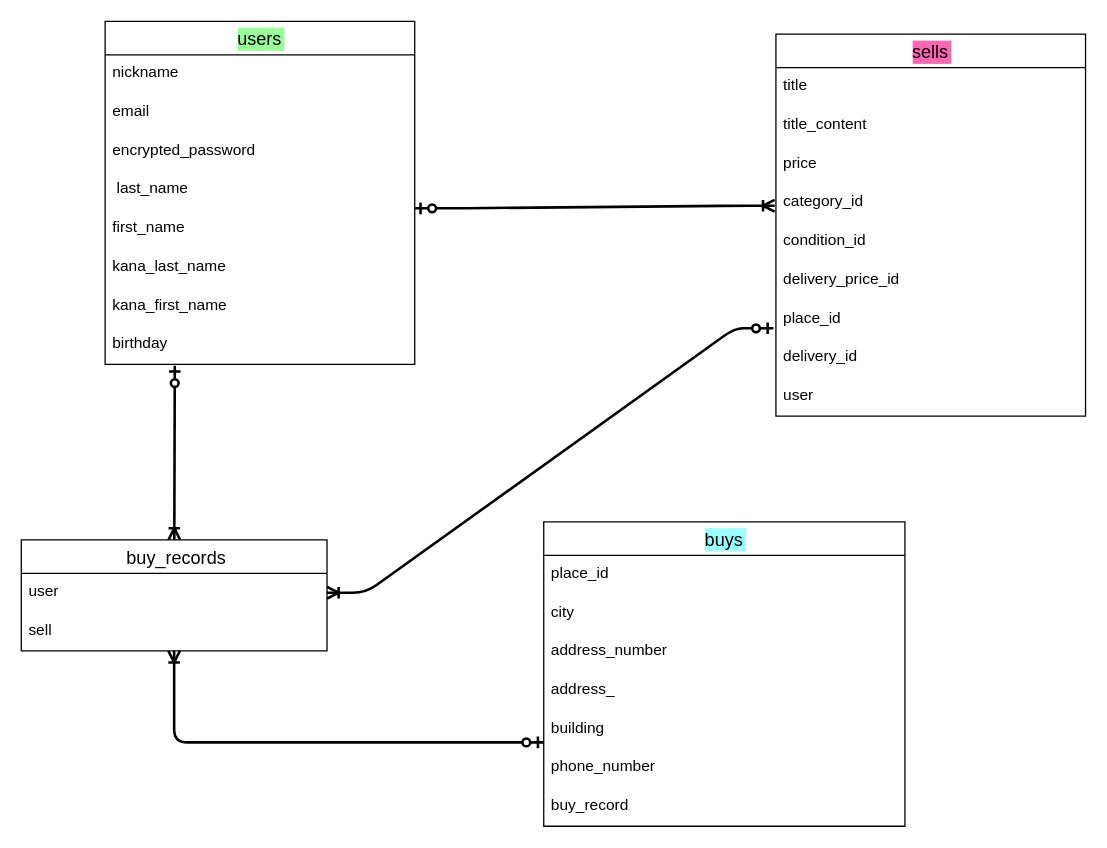
This is furima.dio from utidayudai/furima-38448, a draw.io file, before an edit. Source tidied: cells renumbered, new cells numbered last; positions are measured from the earlier drawing's top-left corner, leaving out a move shared by most shapes. Both pictures are drawn from the tidied source at 129%, with x=0, y=0 at pixel (21, 21).
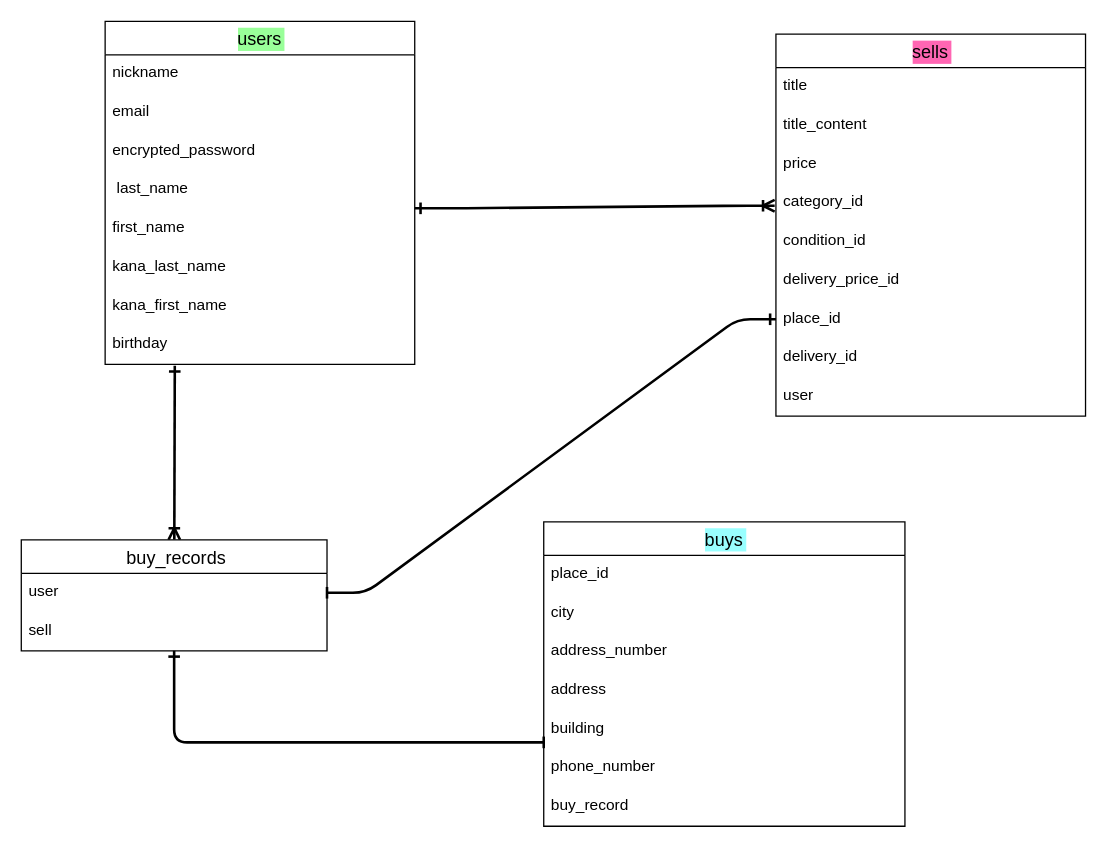
After the change.

The change refers to these unchanged cells:
```xml
<mxCell id="11" value="birthday" style="text;strokeColor=none;fillColor=none;spacingLeft=4;spacingRight=4;overflow=hidden;points=[[0,0.5],[1,0.5]];portConstraint=eastwest;fontSize=12;" parent="3" vertex="1">
  <mxGeometry y="236" width="240" height="30" as="geometry" />
</mxCell>
<mxCell id="19" value="place_id" style="text;strokeColor=none;fillColor=none;spacingLeft=4;spacingRight=4;overflow=hidden;points=[[0,0.5],[1,0.5]];portConstraint=eastwest;fontSize=12;labelBackgroundColor=none;" parent="12" vertex="1">
  <mxGeometry y="206" width="240" height="30" as="geometry" />
</mxCell>
<mxCell id="22" value="buys" style="swimlane;fontStyle=0;horizontal=1;startSize=26;align=center;fontSize=14;labelBackgroundColor=#99FFFF;" parent="1" vertex="1">
  <mxGeometry x="405" y="388" width="280" height="236" as="geometry" />
</mxCell>
<mxCell id="27" value="building" style="text;strokeColor=none;fillColor=none;spacingLeft=4;spacingRight=4;overflow=hidden;points=[[0,0.5],[1,0.5]];portConstraint=eastwest;fontSize=12;" parent="22" vertex="1">
  <mxGeometry y="146" width="280" height="30" as="geometry" />
</mxCell>
<mxCell id="32" value=" buy_records" style="swimlane;fontStyle=0;horizontal=1;startSize=26;align=center;fontSize=14;" parent="1" vertex="1">
  <mxGeometry y="402" width="237" height="86" as="geometry" />
</mxCell>
<mxCell id="33" value="user" style="text;strokeColor=none;fillColor=none;spacingLeft=4;spacingRight=4;overflow=hidden;points=[[0,0.5],[1,0.5]];portConstraint=eastwest;fontSize=12;" parent="32" vertex="1">
  <mxGeometry y="26" width="237" height="30" as="geometry" />
</mxCell>
```

Change to the diagram source:
```diff
@@
-    <mxCell id="2" style="edgeStyle=none;html=1;endArrow=ERoneToMany;endFill=0;strokeWidth=2;exitX=0.225;exitY=1.033;exitDx=0;exitDy=0;exitPerimeter=0;startArrow=ERzeroToOne;startFill=0;" parent="1" edge="1" source="11" target="32">
+    <mxCell id="2" style="edgeStyle=none;html=1;endArrow=ERoneToMany;endFill=0;strokeWidth=2;exitX=0.225;exitY=1.033;exitDx=0;exitDy=0;exitPerimeter=0;startArrow=ERone;startFill=0;" parent="1" edge="1" source="11" target="32">
       <mxGeometry relative="1" as="geometry" />
     </mxCell>
@@
-    <mxCell id="26" value="address_" style="text;strokeColor=none;fillColor=none;spacingLeft=4;spacingRight=4;overflow=hidden;fontSize=12;" parent="22" vertex="1">
+    <mxCell id="26" value="address" style="text;strokeColor=none;fillColor=none;spacingLeft=4;spacingRight=4;overflow=hidden;fontSize=12;" parent="22" vertex="1">
       <mxGeometry y="116" width="280" height="30" as="geometry" />
     </mxCell>
@@
-    <mxCell id="30" style="edgeStyle=entityRelationEdgeStyle;fontSize=12;html=1;endArrow=ERoneToMany;strokeWidth=2;elbow=vertical;jumpSize=7;startArrow=ERzeroToOne;startFill=0;" parent="1" edge="1">
+    <mxCell id="30" style="edgeStyle=entityRelationEdgeStyle;fontSize=12;html=1;endArrow=ERoneToMany;strokeWidth=2;elbow=vertical;jumpSize=7;startArrow=ERone;startFill=0;" parent="1" edge="1">
       <mxGeometry relative="1" as="geometry">
         <mxPoint x="305" y="145" as="sourcePoint" />
         <mxPoint x="584" y="143" as="targetPoint" />
       </mxGeometry>
     </mxCell>
-    <mxCell id="31" style="edgeStyle=orthogonalEdgeStyle;html=1;entryX=0;entryY=0.833;entryDx=0;entryDy=0;entryPerimeter=0;endArrow=ERzeroToOne;endFill=0;strokeWidth=2;startArrow=ERoneToMany;startFill=0;" parent="1" edge="1" source="32" target="27">
+    <mxCell id="31" style="edgeStyle=orthogonalEdgeStyle;html=1;entryX=0;entryY=0.833;entryDx=0;entryDy=0;entryPerimeter=0;endArrow=baseDash;endFill=0;strokeWidth=2;startArrow=ERone;startFill=0;" parent="1" edge="1" source="32" target="27">
       <mxGeometry relative="1" as="geometry" />
     </mxCell>
@@
-    <mxCell id="35" style="edgeStyle=entityRelationEdgeStyle;fontSize=12;html=1;endArrow=ERzeroToOne;startArrow=ERoneToMany;strokeWidth=2;entryX=-0.008;entryY=0.733;entryDx=0;entryDy=0;entryPerimeter=0;exitX=1;exitY=0.5;exitDx=0;exitDy=0;endFill=0;startFill=0;" parent="1" edge="1" source="33" target="19">
+    <mxCell id="35" style="edgeStyle=entityRelationEdgeStyle;fontSize=12;html=1;endArrow=ERone;startArrow=baseDash;strokeWidth=2;entryX=0;entryY=0.5;entryDx=0;entryDy=0;exitX=1;exitY=0.5;exitDx=0;exitDy=0;endFill=0;startFill=0;" parent="1" edge="1" source="33" target="19">
       <mxGeometry relative="1" as="geometry" />
     </mxCell>
```
